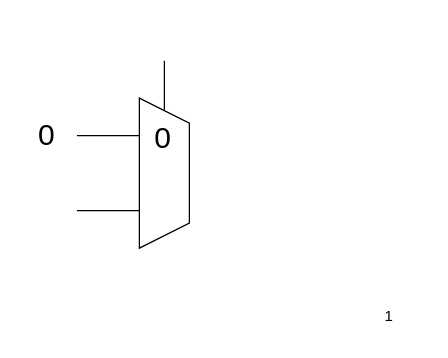
This is project/images/Diagrams.drawio from 1102131860/ECE6276, a draw.io file, before an edit. Source tidied: cells renumbered, new cells numbered last; positions are measured from the earlier drawing's top-left corner, leaving out a move shared by most shapes. Both pictures are drawn from the tidied source at 125%, with x=0, y=0 at pixel (21, 60).
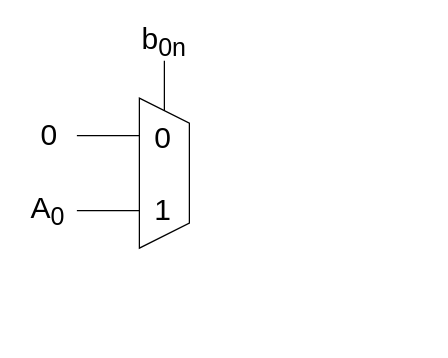
The same diagram, later.

Diff of the diagram source:
```diff
@@
 <mxGraphModel>
   <root>
     <mxCell id="0" />
     <mxCell id="1" parent="0" />
     <mxCell id="2" style="shape=trapezoid;perimeter=trapezoidPerimeter;whiteSpace=wrap;html=1;fixedSize=1;rotation=90;" parent="1" vertex="1">
       <mxGeometry x="54" y="70" width="120" height="40" as="geometry" />
     </mxCell>
     <mxCell id="3" style="endArrow=none;html=1;rounded=0;exitX=0.25;exitY=1;exitDx=0;exitDy=0;" parent="1" edge="1" source="2">
       <mxGeometry relative="1" as="geometry">
         <mxPoint x="44" y="60" as="targetPoint" />
       </mxGeometry>
     </mxCell>
     <mxCell id="4" style="endArrow=none;html=1;rounded=0;" parent="1" edge="1">
       <mxGeometry relative="1" as="geometry">
         <mxPoint x="44" y="120" as="sourcePoint" />
         <mxPoint x="94" y="120" as="targetPoint" />
       </mxGeometry>
     </mxCell>
     <mxCell id="5" style="endArrow=none;html=1;rounded=0;exitX=0;exitY=0.5;exitDx=0;exitDy=0;" parent="1" edge="1" source="2">
       <mxGeometry relative="1" as="geometry">
         <mxPoint x="114" as="targetPoint" />
       </mxGeometry>
     </mxCell>
     <mxCell id="6" value="&lt;font style=&quot;font-size: 24px;&quot;&gt;0&lt;/font&gt;" style="text;html=1;align=center;verticalAlign=middle;whiteSpace=wrap;rounded=0;" parent="1" vertex="1">
-      <mxGeometry y="45" width="40" height="30" as="geometry" />
+      <mxGeometry x="2" y="45" width="40" height="30" as="geometry" />
     </mxCell>
     <mxCell id="7" value="&lt;font style=&quot;font-size: 24px;&quot;&gt;0&lt;/font&gt;" style="text;html=1;align=center;verticalAlign=middle;whiteSpace=wrap;rounded=0;" parent="1" vertex="1">
       <mxGeometry x="98" y="47" width="30" height="30" as="geometry" />
     </mxCell>
-    <mxCell id="8" value="1" style="text;html=1;align=center;verticalAlign=middle;whiteSpace=wrap;rounded=0;" parent="1" vertex="1">
-      <mxGeometry x="264" y="190" width="60" height="30" as="geometry" />
+    <mxCell id="8" value="&lt;font style=&quot;font-size: 24px;&quot;&gt;1&lt;/font&gt;" style="text;html=1;align=center;verticalAlign=middle;whiteSpace=wrap;rounded=0;" parent="1" vertex="1">
+      <mxGeometry x="98" y="100" width="30" height="40" as="geometry" />
     </mxCell>
+    <mxCell id="9" value="&lt;font style=&quot;font-size: 24px;&quot;&gt;A&lt;sub&gt;0&lt;/sub&gt;&lt;/font&gt;" style="text;html=1;align=center;verticalAlign=middle;whiteSpace=wrap;rounded=0;" parent="1" vertex="1">
+      <mxGeometry y="105" width="42" height="30" as="geometry" />
+    </mxCell>
+    <mxCell id="10" value="&lt;font style=&quot;font-size: 24px;&quot;&gt;b&lt;sub&gt;0n&lt;/sub&gt;&lt;/font&gt;" style="text;html=1;align=center;verticalAlign=middle;whiteSpace=wrap;rounded=0;" parent="1" vertex="1">
+      <mxGeometry x="84" y="-30" width="60" height="30" as="geometry" />
+    </mxCell>
   </root>
 </mxGraphModel>
```
